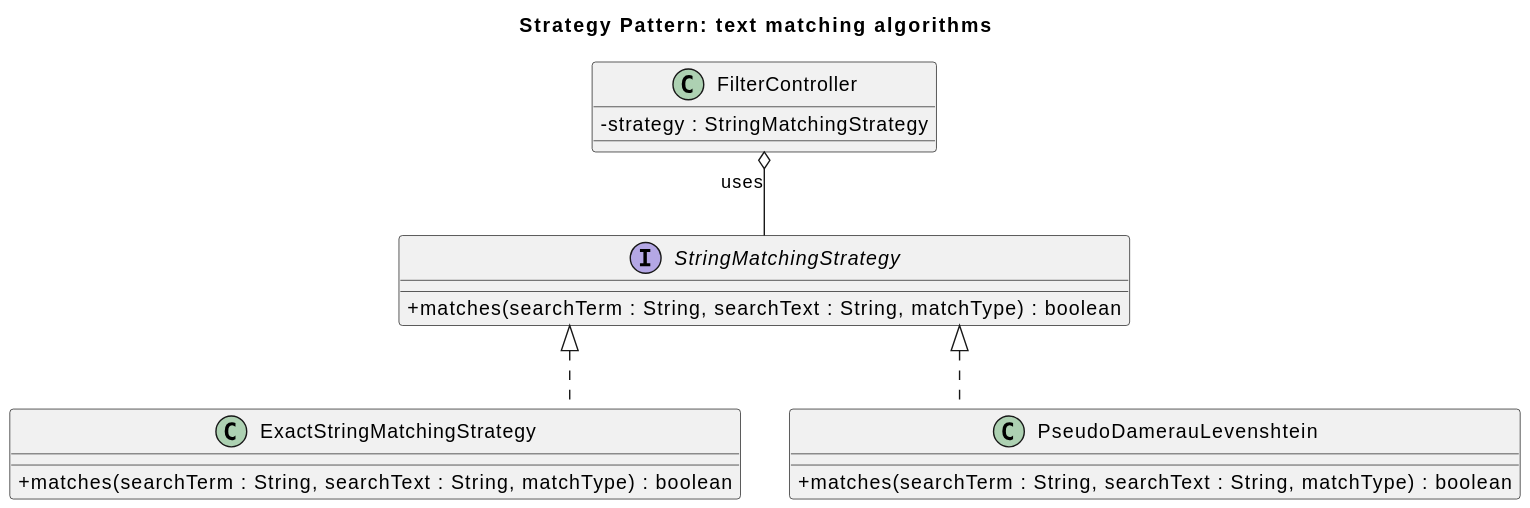
SWD-ARCH-Group-Team-22/project keeps this PlantUML diagram as doc/deliverables/puml/strategy_pattern.svg. Above is the earlier version. The source it was exported from:
```plantuml
@startuml
title Strategy Pattern: text matching algorithms

skinparam classAttributeIconSize 0
skinparam shadowing false
skinparam linetype ortho

interface StringMatchingStrategy {
  + matches(searchTerm : String, searchText : String, matchType) : boolean
}

class ExactStringMatchingStrategy {
  + matches(searchTerm : String, searchText : String, matchType) : boolean
}

class PseudoDamerauLevenshtein {
  + matches(searchTerm : String, searchText : String, matchType) : boolean
}

class FilterController {
  - strategy : StringMatchingStrategy
}

StringMatchingStrategy <|.. ExactStringMatchingStrategy
StringMatchingStrategy <|.. PseudoDamerauLevenshtein
FilterController o-- StringMatchingStrategy : uses
@enduml
```
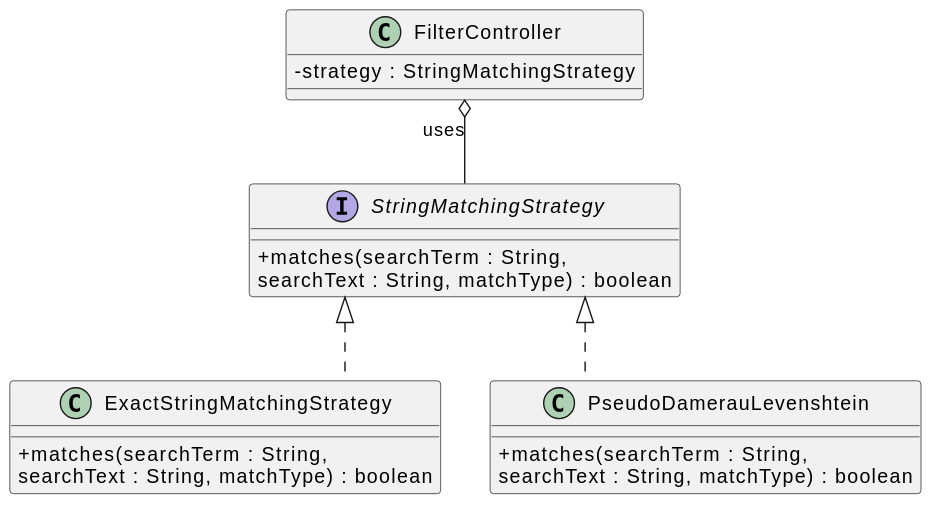
The same file after the commit.

Commit message:
docs: improve layout of pattern diagrams

What changed in the source:
```diff
@@ -1,20 +1,21 @@
 @startuml
-title Strategy Pattern: text matching algorithms
-
 skinparam classAttributeIconSize 0
 skinparam shadowing false
 skinparam linetype ortho
 
 interface StringMatchingStrategy {
-  + matches(searchTerm : String, searchText : String, matchType) : boolean
+  + matches(searchTerm : String,
+ searchText : String, matchType) : boolean
 }
 
 class ExactStringMatchingStrategy {
-  + matches(searchTerm : String, searchText : String, matchType) : boolean
+  + matches(searchTerm : String,
+searchText : String, matchType) : boolean
 }
 
 class PseudoDamerauLevenshtein {
-  + matches(searchTerm : String, searchText : String, matchType) : boolean
+  + matches(searchTerm : String,
+searchText : String, matchType) : boolean
 }
 
 class FilterController {
```
